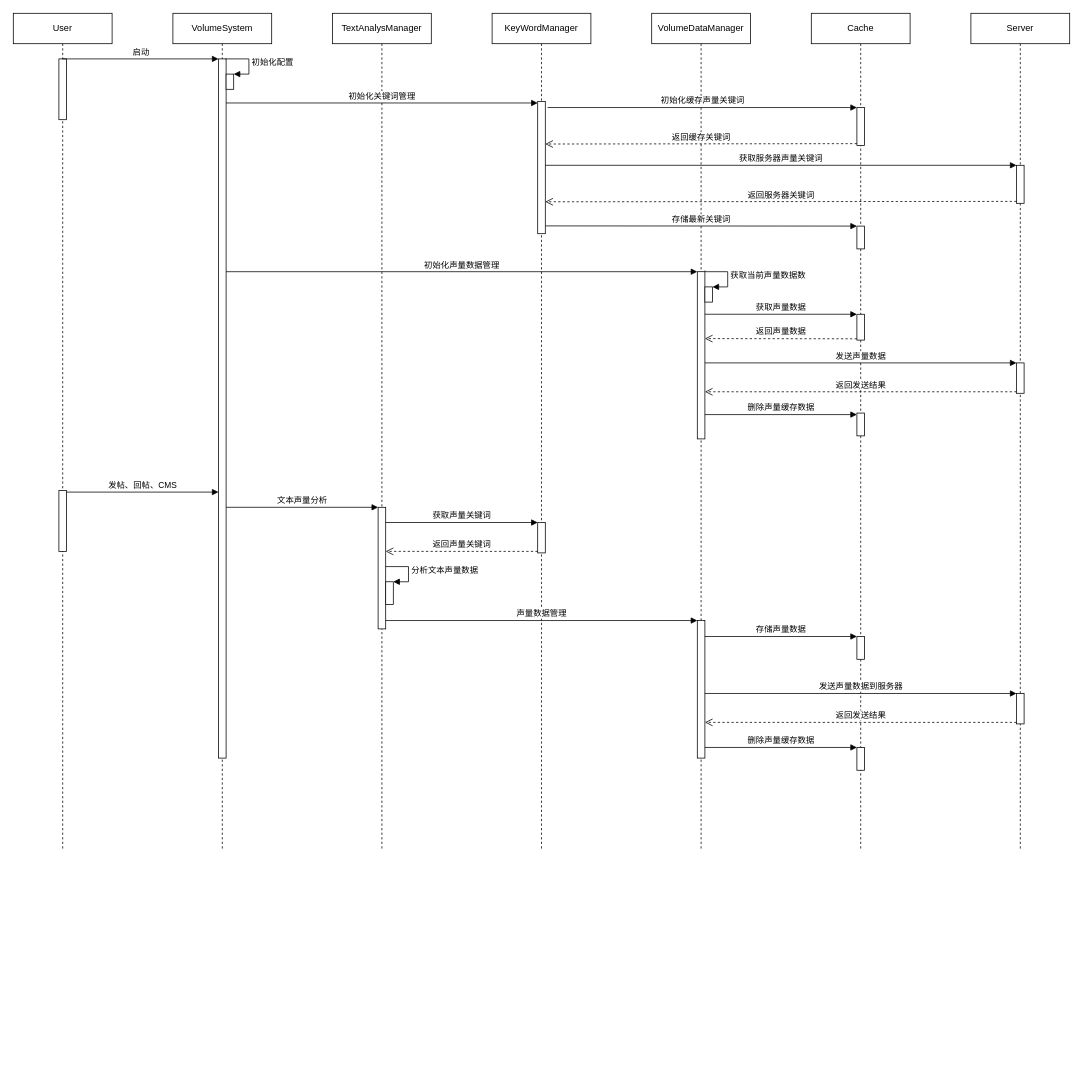
ikeyyang/uml keeps this draw.io diagram as page "Page-5" (5 of 5) of 声量系统UML.drawio. Above is the earlier version. Source tidied: cells renumbered, new cells numbered last; positions are measured from the earlier drawing's top-left corner, leaving out a move shared by most shapes. Both pictures are drawn from the tidied source at 76%, with x=0, y=0 at pixel (13, 13).
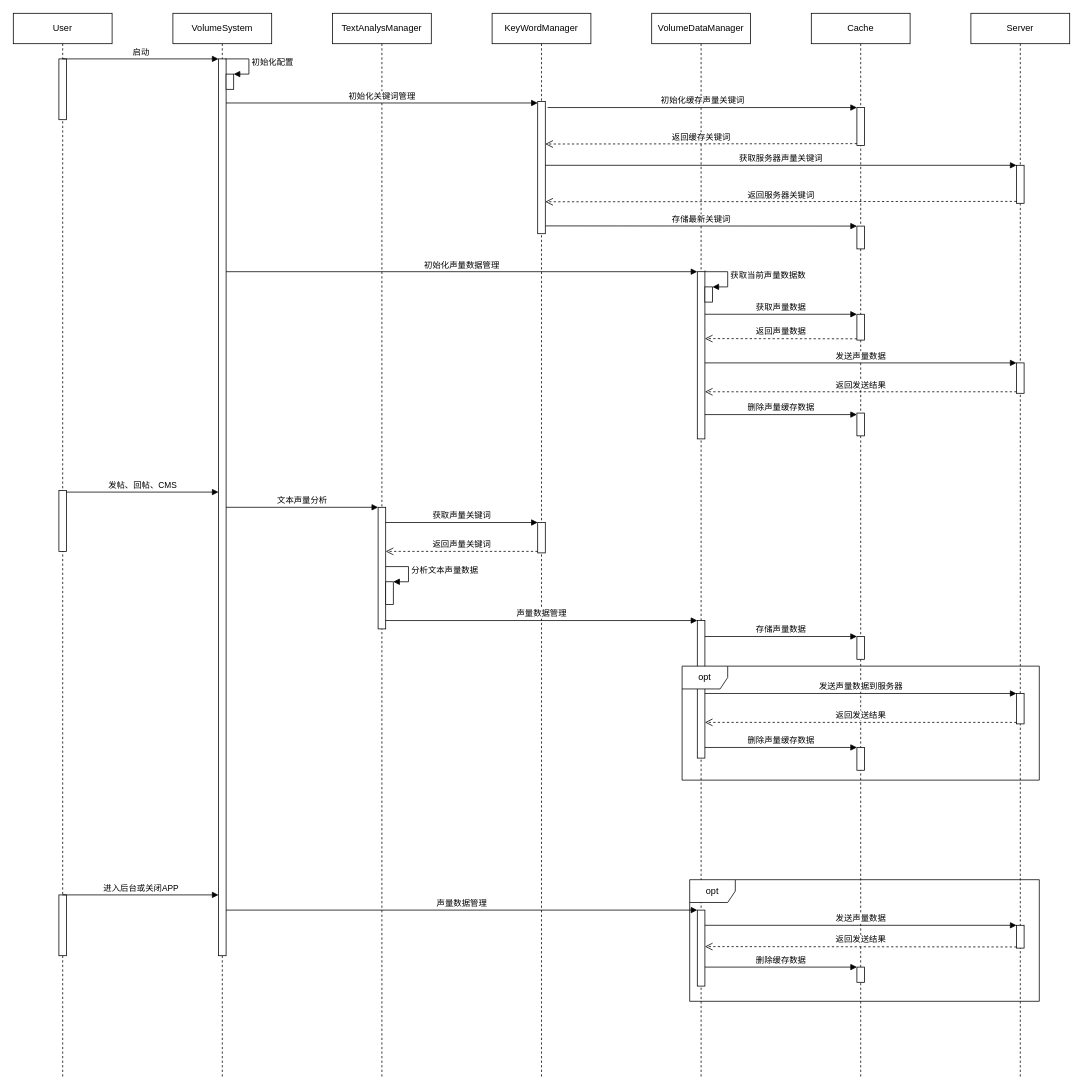
Above is the later version.

Change to the diagram source:
```diff
@@
     <mxCell id="2" value="User" style="shape=umlLifeline;perimeter=lifelinePerimeter;whiteSpace=wrap;html=1;outlineConnect=0;strokeColor=#000000;strokeWidth=1;" parent="1" vertex="1">
-      <mxGeometry width="130" height="1100" as="geometry" />
+      <mxGeometry width="130" height="1400" as="geometry" />
     </mxCell>
@@
+    <mxCell id="54" style="html=1;perimeter=orthogonalPerimeter;strokeColor=#000000;strokeWidth=1;" parent="2" vertex="1">
+      <mxGeometry x="60" y="1160" width="10" height="80" as="geometry" />
+    </mxCell>
     <mxCell id="5" value="TextAnalysManager" style="shape=umlLifeline;perimeter=lifelinePerimeter;whiteSpace=wrap;html=1;strokeColor=#000000;strokeWidth=1;" parent="1" vertex="1">
-      <mxGeometry x="420" width="130" height="1100" as="geometry" />
+      <mxGeometry x="420" width="130" height="1400" as="geometry" />
     </mxCell>
@@
     <mxCell id="9" value="VolumeSystem" style="shape=umlLifeline;perimeter=lifelinePerimeter;whiteSpace=wrap;html=1;strokeColor=#000000;strokeWidth=1;" parent="1" vertex="1">
-      <mxGeometry x="210" width="130" height="1100" as="geometry" />
+      <mxGeometry x="210" width="130" height="1400" as="geometry" />
     </mxCell>
     <mxCell id="10" style="html=1;points=[];perimeter=orthogonalPerimeter;strokeColor=#000000;strokeWidth=1;" parent="9" vertex="1">
-      <mxGeometry x="60" y="60" width="10" height="920" as="geometry" />
+      <mxGeometry x="60" y="60" width="10" height="1180" as="geometry" />
     </mxCell>
@@
     <mxCell id="13" value="KeyWordManager" style="shape=umlLifeline;perimeter=lifelinePerimeter;whiteSpace=wrap;html=1;strokeColor=#000000;strokeWidth=1;" parent="1" vertex="1">
-      <mxGeometry x="630" width="130" height="1100" as="geometry" />
+      <mxGeometry x="630" width="130" height="1400" as="geometry" />
     </mxCell>
@@
     <mxCell id="16" value="VolumeDataManager" style="shape=umlLifeline;perimeter=lifelinePerimeter;whiteSpace=wrap;html=1;strokeColor=#000000;strokeWidth=1;" parent="1" vertex="1">
-      <mxGeometry x="840" width="130" height="1100" as="geometry" />
+      <mxGeometry x="840" width="130" height="1400" as="geometry" />
     </mxCell>
@@
+    <mxCell id="55" style="html=1;perimeter=orthogonalPerimeter;strokeColor=#000000;strokeWidth=1;" parent="16" vertex="1">
+      <mxGeometry x="60" y="1180" width="10" height="100" as="geometry" />
+    </mxCell>
     <mxCell id="21" value="Cache" style="shape=umlLifeline;perimeter=lifelinePerimeter;whiteSpace=wrap;html=1;strokeColor=#000000;strokeWidth=1;" parent="1" vertex="1">
-      <mxGeometry x="1050" width="130" height="1100" as="geometry" />
+      <mxGeometry x="1050" width="130" height="1400" as="geometry" />
     </mxCell>
@@
+    <mxCell id="56" style="html=1;perimeter=orthogonalPerimeter;strokeColor=#000000;strokeWidth=1;" parent="21" vertex="1">
+      <mxGeometry x="60" y="1255" width="10" height="20" as="geometry" />
+    </mxCell>
     <mxCell id="28" value="Server" style="shape=umlLifeline;perimeter=lifelinePerimeter;whiteSpace=wrap;html=1;strokeColor=#000000;strokeWidth=1;" parent="1" vertex="1">
-      <mxGeometry x="1260" width="130" height="1100" as="geometry" />
+      <mxGeometry x="1260" width="130" height="1400" as="geometry" />
     </mxCell>
@@
+    <mxCell id="57" style="html=1;points=[];perimeter=orthogonalPerimeter;strokeColor=#000000;strokeWidth=1;" parent="28" vertex="1">
+      <mxGeometry x="60" y="1200" width="10" height="30" as="geometry" />
+    </mxCell>
@@
+    <mxCell id="58" value="opt" style="shape=umlFrame;whiteSpace=wrap;html=1;strokeColor=#000000;strokeWidth=1;" parent="1" vertex="1">
+      <mxGeometry x="880" y="859" width="470" height="150" as="geometry" />
+    </mxCell>
+    <mxCell id="59" value="进入后台或关闭APP" style="html=1;verticalAlign=bottom;endArrow=block;" parent="1" edge="1" source="2">
+      <mxGeometry relative="1" as="geometry">
+        <mxPoint x="270" y="1160" as="targetPoint" />
+      </mxGeometry>
+    </mxCell>
+    <mxCell id="60" value="声量数据管理" style="html=1;verticalAlign=bottom;endArrow=block;" parent="1" edge="1">
+      <mxGeometry relative="1" as="geometry">
+        <mxPoint x="280" y="1180" as="sourcePoint" />
+        <mxPoint x="900" y="1180" as="targetPoint" />
+      </mxGeometry>
+    </mxCell>
+    <mxCell id="61" value="返回发送结果" style="html=1;verticalAlign=bottom;endArrow=open;dashed=1;endSize=8;exitX=0;exitY=0.95;" parent="1" edge="1" source="57">
+      <mxGeometry relative="1" as="geometry">
+        <mxPoint x="910" y="1228" as="targetPoint" />
+      </mxGeometry>
+    </mxCell>
+    <mxCell id="62" value="发送声量数据" style="html=1;verticalAlign=bottom;endArrow=block;entryX=0;entryY=0;" parent="1" edge="1" target="57">
+      <mxGeometry relative="1" as="geometry">
+        <mxPoint x="910" y="1200" as="sourcePoint" />
+      </mxGeometry>
+    </mxCell>
+    <mxCell id="63" value="删除缓存数据" style="html=1;verticalAlign=bottom;endArrow=block;" parent="1" edge="1">
+      <mxGeometry relative="1" as="geometry">
+        <mxPoint x="910" y="1255" as="sourcePoint" />
+        <mxPoint x="1110" y="1255" as="targetPoint" />
+      </mxGeometry>
+    </mxCell>
+    <mxCell id="64" value="opt" style="shape=umlFrame;whiteSpace=wrap;html=1;strokeColor=#000000;strokeWidth=1;" parent="1" vertex="1">
+      <mxGeometry x="890" y="1140" width="460" height="160" as="geometry" />
+    </mxCell>
```
